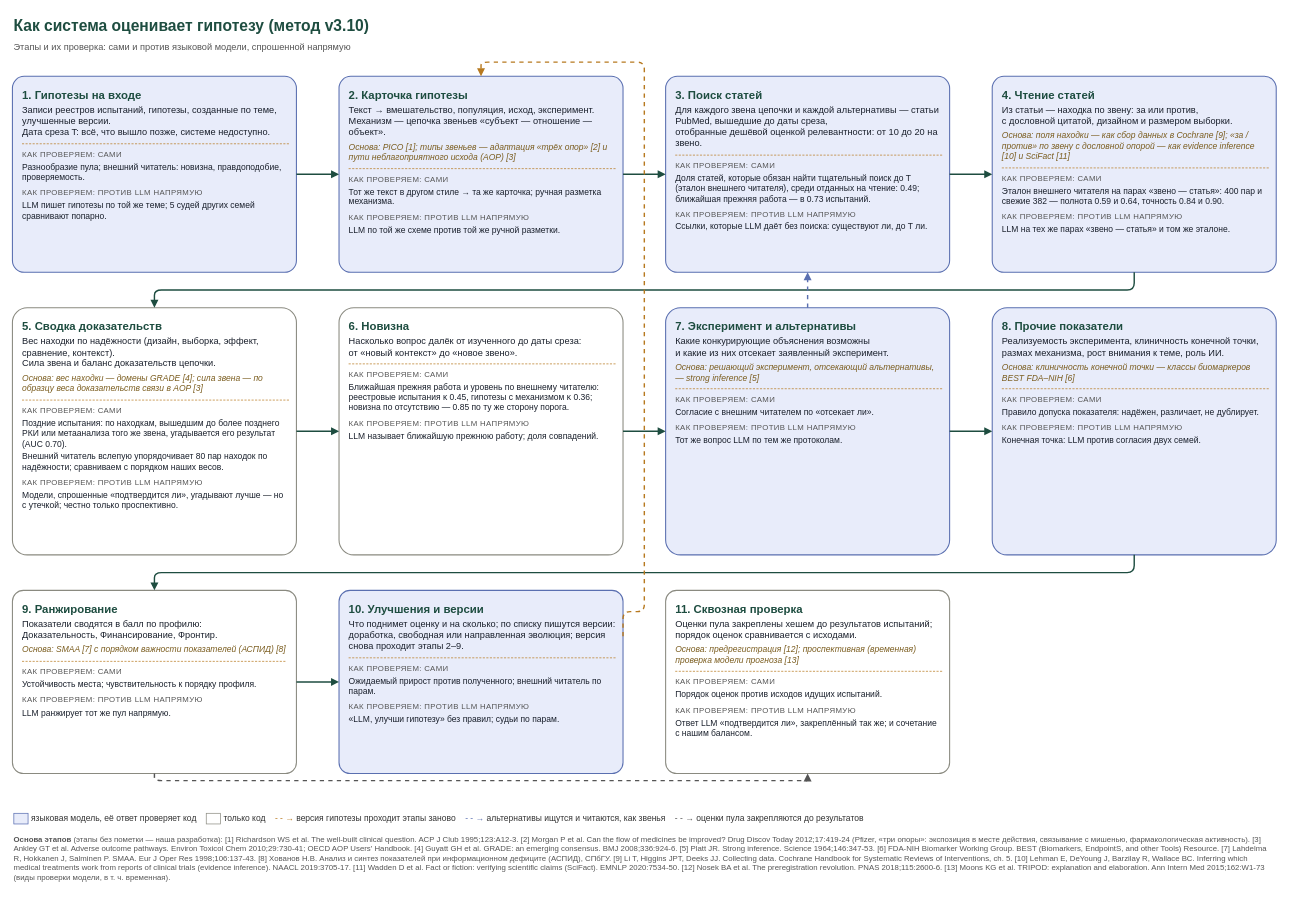
The draw.io diagram docs/system/flow_check.drawio in danrd/hyp-arena, before the edit. Source tidied: cells renumbered, new cells numbered last; positions are measured from the earlier drawing's top-left corner, leaving out a move shared by most shapes. Both pictures are drawn from the tidied source at 71%, with x=0, y=0 at pixel (12, 12).
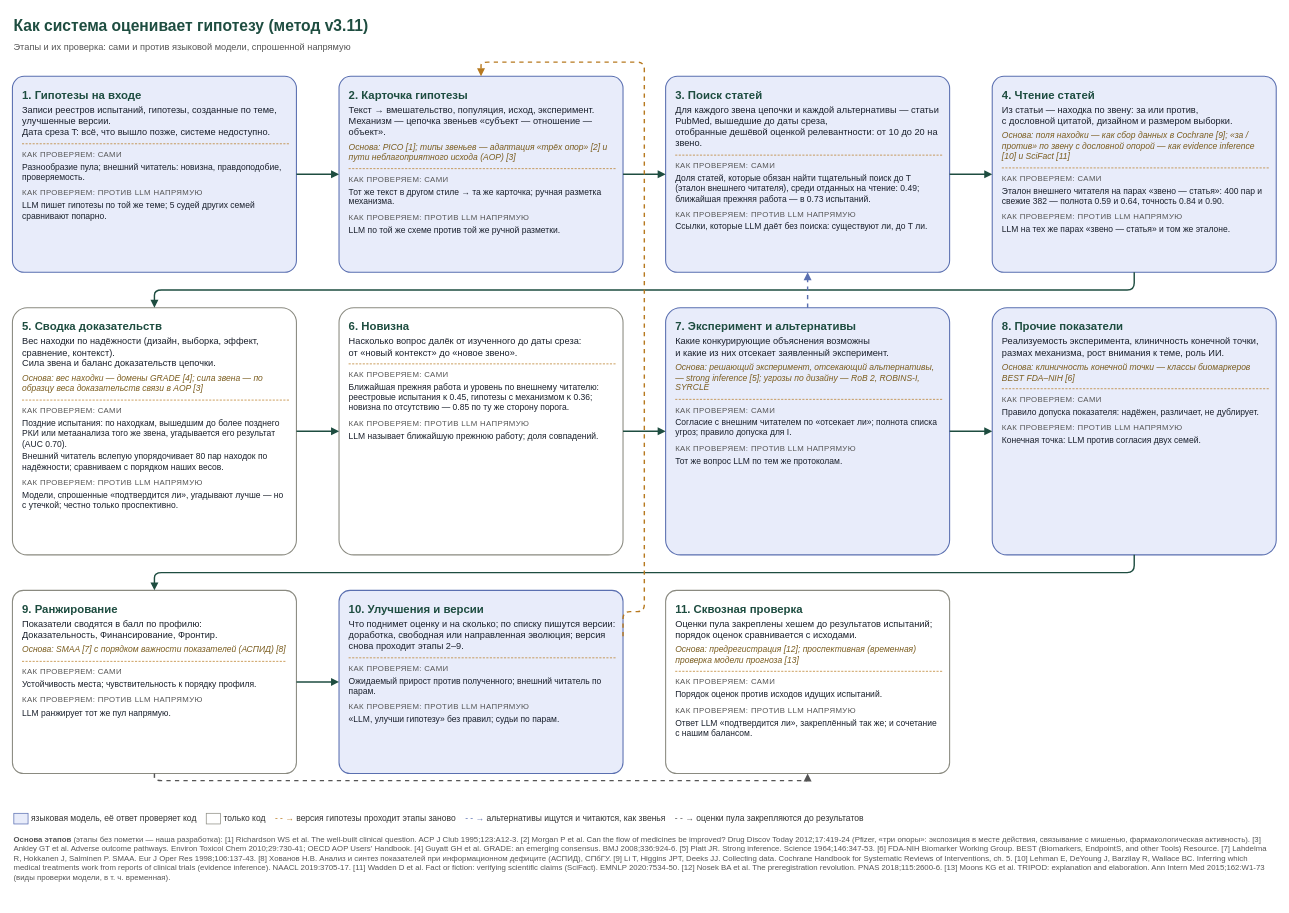
The same page after the edit.

Diff of the diagram source:
```diff
@@
-    <mxCell id="2" value="&lt;b&gt;Как система оценивает гипотезу (метод v3.10)&lt;/b&gt;&lt;br/&gt;&lt;span style='font-size:13px;color:#555'&gt;Этапы и их проверка: сами и против языковой модели, спрошенной напрямую&lt;/span&gt;" style="text;html=1;fontSize=22;align=left;verticalAlign=top;fillColor=none;strokeColor=none;fontColor=#1E4D40;" parent="1" vertex="1">
+    <mxCell id="2" value="&lt;b&gt;Как система оценивает гипотезу (метод v3.11)&lt;/b&gt;&lt;br/&gt;&lt;span style='font-size:13px;color:#555'&gt;Этапы и их проверка: сами и против языковой модели, спрошенной напрямую&lt;/span&gt;" style="text;html=1;fontSize=22;align=left;verticalAlign=top;fillColor=none;strokeColor=none;fontColor=#1E4D40;" parent="1" vertex="1">
       <mxGeometry width="1780" height="56" as="geometry" />
     </mxCell>
@@
-    <mxCell id="9" value="&lt;div style='font-size:16px;color:#1E4D40'&gt;&lt;b&gt;7. Эксперимент и альтернативы&lt;/b&gt;&lt;/div&gt;&lt;div style='margin-top:4px'&gt;Какие конкурирующие объяснения возможны&lt;br/&gt;и какие из них отсекает заявленный эксперимент.&lt;/div&gt;&lt;div style='margin-top:6px;font-size:12px;color:#7A5C1E'&gt;&lt;i&gt;Основа: решающий эксперимент, отсекающий альтернативы, — strong inference [5]&lt;/i&gt;&lt;/div&gt;&lt;div style='margin-top:8px;border-top:1px dashed #B7791F'&gt;&lt;/div&gt;&lt;div style='margin-top:8px;font-size:11px;color:#555;text-transform:uppercase;letter-spacing:0.5px'&gt;Как проверяем: сами&lt;/div&gt;&lt;div style='font-size:12px'&gt;&lt;div style='margin-top:4px'&gt;Согласие с внешним читателем по «отсекает ли».&lt;/div&gt;&lt;/div&gt;&lt;div style='margin-top:8px;font-size:11px;color:#555;text-transform:uppercase;letter-spacing:0.5px'&gt;Как проверяем: против LLM напрямую&lt;/div&gt;&lt;div style='font-size:12px'&gt;&lt;div style='margin-top:4px'&gt;Тот же вопрос LLM по тем же протоколам.&lt;/div&gt;&lt;/div&gt;" style="rounded=1;arcSize=6;whiteSpace=wrap;html=1;fillColor=#E8ECFA;strokeColor=#5A6FB0;strokeWidth=1.5;fontSize=13;fontColor=#1A202C;align=left;verticalAlign=top;spacingLeft=12;spacingRight=10;spacingTop=10;" parent="1" vertex="1">
+    <mxCell id="9" value="&lt;div style='font-size:16px;color:#1E4D40'&gt;&lt;b&gt;7. Эксперимент и альтернативы&lt;/b&gt;&lt;/div&gt;&lt;div style='margin-top:4px'&gt;Какие конкурирующие объяснения возможны&lt;br/&gt;и какие из них отсекает заявленный эксперимент.&lt;/div&gt;&lt;div style='margin-top:6px;font-size:12px;color:#7A5C1E'&gt;&lt;i&gt;Основа: решающий эксперимент, отсекающий альтернативы, — strong inference [5]; угрозы по дизайну — RoB 2, ROBINS-I, SYRCLE&lt;/i&gt;&lt;/div&gt;&lt;div style='margin-top:8px;border-top:1px dashed #B7791F'&gt;&lt;/div&gt;&lt;div style='margin-top:8px;font-size:11px;color:#555;text-transform:uppercase;letter-spacing:0.5px'&gt;Как проверяем: сами&lt;/div&gt;&lt;div style='font-size:12px'&gt;&lt;div style='margin-top:4px'&gt;Согласие с внешним читателем по «отсекает ли»; полнота списка угроз; правило допуска для I.&lt;/div&gt;&lt;/div&gt;&lt;div style='margin-top:8px;font-size:11px;color:#555;text-transform:uppercase;letter-spacing:0.5px'&gt;Как проверяем: против LLM напрямую&lt;/div&gt;&lt;div style='font-size:12px'&gt;&lt;div style='margin-top:4px'&gt;Тот же вопрос LLM по тем же протоколам.&lt;/div&gt;&lt;/div&gt;" style="rounded=1;arcSize=6;whiteSpace=wrap;html=1;fillColor=#E8ECFA;strokeColor=#5A6FB0;strokeWidth=1.5;fontSize=13;fontColor=#1A202C;align=left;verticalAlign=top;spacingLeft=12;spacingRight=10;spacingTop=10;" parent="1" vertex="1">
       <mxGeometry x="920" y="416" width="400" height="348" as="geometry" />
     </mxCell>
```
